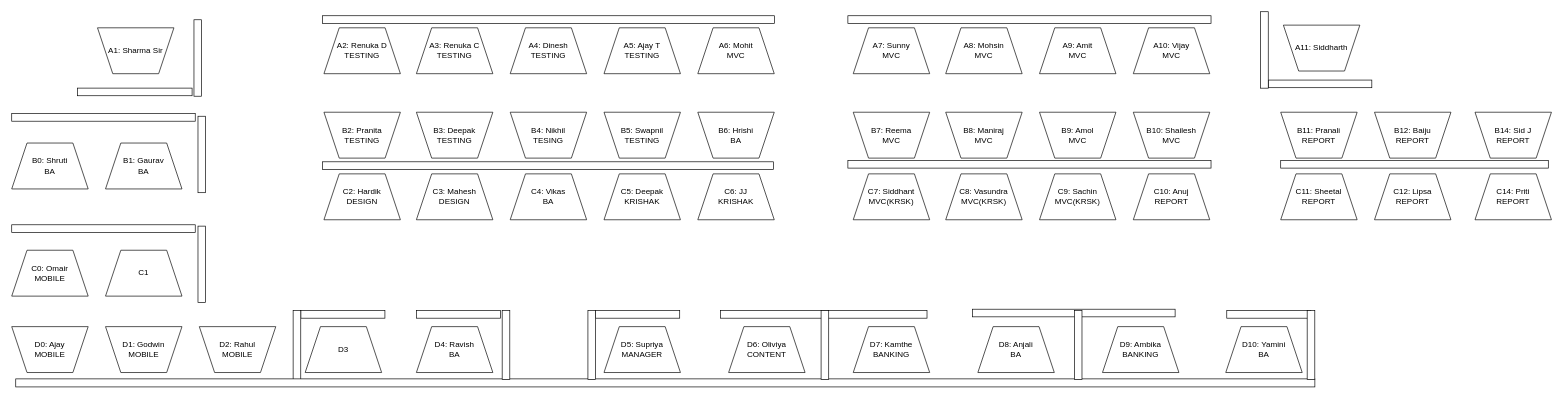
The draw.io diagram HO_605.drawio in ajaybhanushalid2k/wireframes, before the edit. Source tidied: cells renumbered, new cells numbered last; positions are measured from the earlier drawing's top-left corner, leaving out a move shared by most shapes. Both pictures are drawn from the tidied source at 67%, with x=0, y=0 at pixel (11, 11).
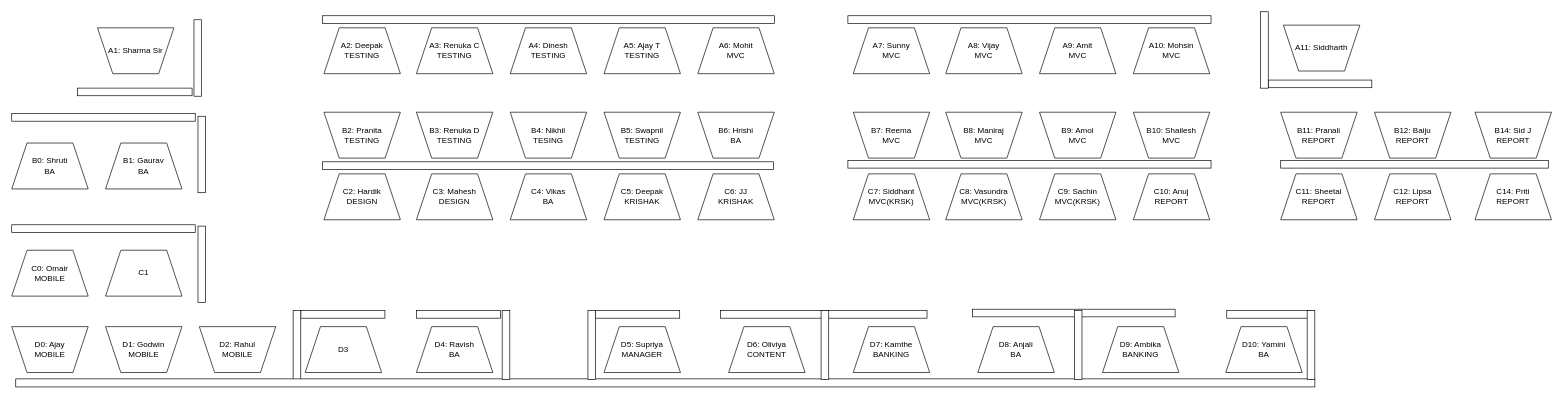
The same diagram, later.

What changed in the source:
```diff
@@
-    <mxCell id="23" value="A2: Renuka D&lt;br&gt;TESTING" style="shape=trapezoid;perimeter=trapezoidPerimeter;whiteSpace=wrap;html=1;direction=east;rotation=0;" parent="1" vertex="1">
+    <mxCell id="23" value="A2: Deepak&lt;br&gt;TESTING" style="shape=trapezoid;perimeter=trapezoidPerimeter;whiteSpace=wrap;html=1;direction=east;rotation=0;" parent="1" vertex="1">
       <mxGeometry x="466" y="24" width="114.1" height="68.5" as="geometry" />
     </mxCell>
@@
-    <mxCell id="29" value="B3: Deepak&lt;br&gt;TESTING" style="shape=trapezoid;perimeter=trapezoidPerimeter;whiteSpace=wrap;html=1;direction=west;rotation=0;" parent="1" vertex="1">
+    <mxCell id="29" value="B3: Renuka D&lt;br&gt;TESTING" style="shape=trapezoid;perimeter=trapezoidPerimeter;whiteSpace=wrap;html=1;direction=west;rotation=0;" parent="1" vertex="1">
       <mxGeometry x="604" y="150" width="114.1" height="68.5" as="geometry" />
     </mxCell>
@@
-    <mxCell id="39" value="A8: Mohsin&lt;br&gt;MVC" style="shape=trapezoid;perimeter=trapezoidPerimeter;whiteSpace=wrap;html=1;direction=east;rotation=0;" parent="1" vertex="1">
+    <mxCell id="39" value="A8: Vijay&lt;br&gt;MVC" style="shape=trapezoid;perimeter=trapezoidPerimeter;whiteSpace=wrap;html=1;direction=east;rotation=0;" parent="1" vertex="1">
       <mxGeometry x="1394" y="24" width="114.1" height="68.5" as="geometry" />
     </mxCell>
@@
-    <mxCell id="41" value="A10: Vijay&lt;br&gt;MVC" style="shape=trapezoid;perimeter=trapezoidPerimeter;whiteSpace=wrap;html=1;direction=east;rotation=0;" parent="1" vertex="1">
+    <mxCell id="41" value="A10: Mohsin&lt;br&gt;MVC" style="shape=trapezoid;perimeter=trapezoidPerimeter;whiteSpace=wrap;html=1;direction=east;rotation=0;" parent="1" vertex="1">
       <mxGeometry x="1674" y="24" width="114.1" height="68.5" as="geometry" />
     </mxCell>
```
